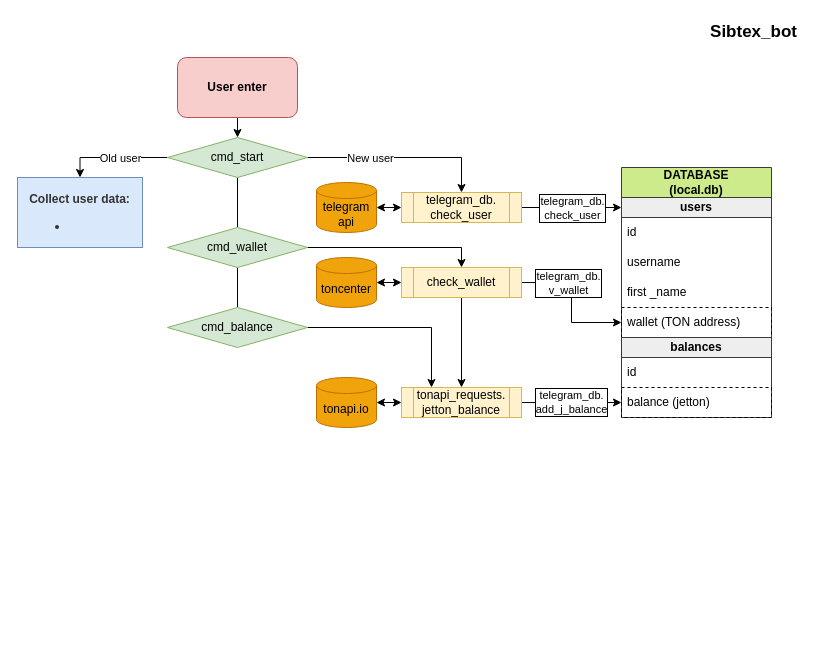
Before: sibtex_bot.drawio in traptor/Sibton, a draw.io diagram. Source tidied: cells renumbered, new cells numbered last; positions are measured from the earlier drawing's top-left corner, leaving out a move shared by most shapes. Both pictures are drawn from the tidied source at 100%, with x=0, y=0 at pixel (17, 17).
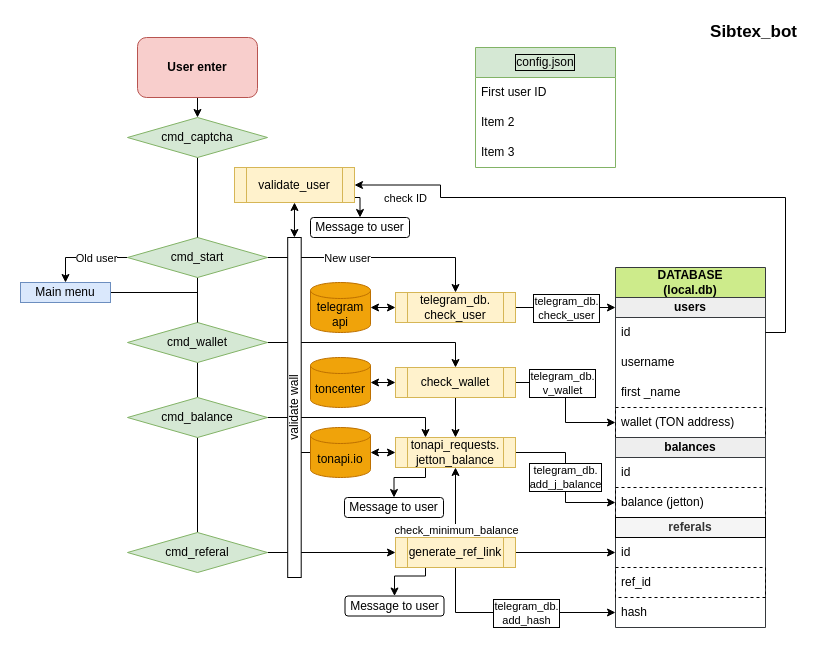
Above is the later version.

The change refers to these unchanged cells:
```xml
<mxCell id="14" value="id" style="text;strokeColor=none;fillColor=none;align=left;verticalAlign=middle;spacingLeft=4;spacingRight=4;overflow=hidden;points=[[0,0.5],[1,0.5]];portConstraint=eastwest;whiteSpace=wrap;html=1;fontColor=#000000;" parent="12" vertex="1">
  <mxGeometry y="50" width="150" height="30" as="geometry" />
</mxCell>
```

Diff of the diagram source:
```diff
@@
-    <mxCell id="2" style="edgeStyle=orthogonalEdgeStyle;rounded=0;jettySize=auto;html=1;exitX=0.5;exitY=1;exitDx=0;exitDy=0;entryX=0.5;entryY=0;entryDx=0;entryDy=0;" parent="1" edge="1" source="3" target="9">
+    <mxCell id="2" style="edgeStyle=orthogonalEdgeStyle;rounded=0;jettySize=auto;html=1;exitX=0.5;exitY=1;exitDx=0;exitDy=0;entryX=0.5;entryY=0;entryDx=0;entryDy=0;" parent="1" edge="1" source="3" target="62">
       <mxGeometry relative="1" as="geometry" />
     </mxCell>
     <mxCell id="3" value="&lt;b&gt;User enter&lt;/b&gt;" style="rounded=1;whiteSpace=wrap;html=1;fillColor=#f8cecc;strokeColor=#b85450;" parent="1" vertex="1">
-      <mxGeometry x="160" y="40" width="120" height="60" as="geometry" />
+      <mxGeometry x="120" y="20" width="120" height="60" as="geometry" />
     </mxCell>
-    <mxCell id="4" style="edgeStyle=orthogonalEdgeStyle;rounded=0;jettySize=auto;html=1;exitX=1;exitY=0.5;exitDx=0;exitDy=0;fontColor=#000000;entryX=0.5;entryY=0;entryDx=0;entryDy=0;endArrow=classic;endFill=1;" parent="1" edge="1" source="9" target="29">
-      <mxGeometry relative="1" as="geometry" />
+    <mxCell id="4" style="edgeStyle=orthogonalEdgeStyle;rounded=0;jettySize=auto;html=1;fontColor=#000000;entryX=0.5;entryY=0;entryDx=0;entryDy=0;endArrow=classic;endFill=1;exitX=1;exitY=0.5;exitDx=0;exitDy=0;" parent="1" edge="1" source="9" target="29">
+      <mxGeometry relative="1" as="geometry">
+        <Array as="points">
+          <mxPoint x="438" y="240" />
+        </Array>
+      </mxGeometry>
     </mxCell>
@@
-    <mxCell id="6" style="edgeStyle=orthogonalEdgeStyle;rounded=0;jettySize=auto;html=1;exitX=0;exitY=0.5;exitDx=0;exitDy=0;fontColor=#000000;entryX=0.5;entryY=0;entryDx=0;entryDy=0;" parent="1" edge="1" source="9" target="10">
+    <mxCell id="6" style="edgeStyle=orthogonalEdgeStyle;rounded=0;jettySize=auto;html=1;exitX=0;exitY=0.5;exitDx=0;exitDy=0;fontColor=#000000;entryX=0.5;entryY=0;entryDx=0;entryDy=0;" parent="1" edge="1" source="9" target="51">
       <mxGeometry relative="1" as="geometry" />
     </mxCell>
     <mxCell id="7" value="Old user" style="edgeLabel;html=1;align=center;verticalAlign=middle;fontColor=#000000;" parent="6" vertex="1">
       <mxGeometry x="0.03" y="3" relative="1" as="geometry">
-        <mxPoint x="7" y="-3" as="offset" />
+        <mxPoint x="13" y="-3" as="offset" />
       </mxGeometry>
     </mxCell>
@@
     <mxCell id="9" value="cmd_start" style="rhombus;whiteSpace=wrap;html=1;labelBackgroundColor=none;labelBorderColor=none;fillColor=#d5e8d4;strokeColor=#82b366;" parent="1" vertex="1">
-      <mxGeometry x="150" y="120" width="140" height="40" as="geometry" />
+      <mxGeometry x="110" y="220" width="140" height="40" as="geometry" />
     </mxCell>
-    <mxCell id="10" value="&lt;p style=&quot;border-color: var(--border-color); color: rgb(51, 51, 51);&quot;&gt;&lt;b style=&quot;border-color: var(--border-color);&quot;&gt;Collect user data:&lt;/b&gt;&lt;/p&gt;&lt;ul style=&quot;border-color: var(--border-color); color: rgb(51, 51, 51);&quot;&gt;&lt;li style=&quot;text-align: left; border-color: var(--border-color);&quot;&gt;&lt;br&gt;&lt;/li&gt;&lt;/ul&gt;&lt;p&gt;&lt;/p&gt;" style="rounded=0;whiteSpace=wrap;html=1;labelBackgroundColor=none;labelBorderColor=none;fillColor=#dae8fc;strokeColor=#6c8ebf;" parent="1" vertex="1">
-      <mxGeometry y="160" width="125" height="70" as="geometry" />
-    </mxCell>
@@
     <mxCell id="12" value="DATABASE&lt;br&gt;(local.db)" style="swimlane;fontStyle=1;horizontal=1;startSize=30;whiteSpace=wrap;html=1;fillColor=#cdeb8b;strokeColor=#36393d;" parent="1" vertex="1">
-      <mxGeometry x="604" y="150" width="150" height="250" as="geometry" />
+      <mxGeometry x="598" y="250" width="150" height="360" as="geometry" />
     </mxCell>
@@
+    <mxCell id="41" value="referals" style="text;strokeColor=#000000;fillColor=#f5f5f5;align=center;verticalAlign=middle;spacingLeft=4;spacingRight=4;overflow=hidden;whiteSpace=wrap;html=1;fontColor=#333333;fontStyle=1;gradientColor=none;" parent="12" vertex="1">
+      <mxGeometry y="250" width="150" height="20" as="geometry" />
+    </mxCell>
+    <mxCell id="42" value="id" style="text;strokeColor=none;fillColor=none;align=left;verticalAlign=middle;spacingLeft=4;spacingRight=4;overflow=hidden;points=[[0,0.5],[1,0.5]];portConstraint=eastwest;whiteSpace=wrap;html=1;fontColor=#000000;dashed=1;" parent="12" vertex="1">
+      <mxGeometry y="270" width="150" height="30" as="geometry" />
+    </mxCell>
+    <mxCell id="43" value="ref_id" style="text;strokeColor=default;fillColor=none;align=left;verticalAlign=middle;spacingLeft=4;spacingRight=4;overflow=hidden;whiteSpace=wrap;html=1;fontColor=#000000;dashed=1;" parent="12" vertex="1">
+      <mxGeometry y="300" width="150" height="30" as="geometry" />
+    </mxCell>
+    <mxCell id="44" value="hash" style="text;strokeColor=none;fillColor=none;align=left;verticalAlign=middle;spacingLeft=4;spacingRight=4;overflow=hidden;points=[[0,0.5],[1,0.5]];portConstraint=eastwest;whiteSpace=wrap;html=1;fontColor=#000000;dashed=1;" parent="12" vertex="1">
+      <mxGeometry y="330" width="150" height="30" as="geometry" />
+    </mxCell>
@@
+    <mxCell id="45" style="edgeStyle=orthogonalEdgeStyle;rounded=0;jettySize=auto;html=1;exitX=0.25;exitY=1;exitDx=0;exitDy=0;entryX=0.5;entryY=0;entryDx=0;entryDy=0;endArrow=classic;endFill=1;" parent="1" edge="1" source="23" target="59">
+      <mxGeometry relative="1" as="geometry">
+        <Array as="points">
+          <mxPoint x="408" y="460" />
+          <mxPoint x="377" y="460" />
+        </Array>
+      </mxGeometry>
+    </mxCell>
     <mxCell id="23" value="tonapi_requests.&lt;br&gt;jetton_balance" style="shape=process;whiteSpace=wrap;html=1;backgroundOutline=1;fillColor=#fff2cc;strokeColor=#d6b656;" parent="1" vertex="1">
-      <mxGeometry x="384" y="370" width="120" height="30" as="geometry" />
+      <mxGeometry x="378" y="420" width="120" height="30" as="geometry" />
     </mxCell>
+    <mxCell id="46" style="edgeStyle=orthogonalEdgeStyle;rounded=0;jettySize=auto;html=1;startArrow=none;startFill=0;endArrow=none;endFill=0;" parent="1" edge="1" source="24" target="72">
+      <mxGeometry relative="1" as="geometry" />
+    </mxCell>
     <mxCell id="24" value="tonapi.io" style="shape=cylinder3;whiteSpace=wrap;html=1;boundedLbl=1;backgroundOutline=1;size=8;fillColor=#f0a30a;fontColor=#000000;strokeColor=#BD7000;" parent="1" vertex="1">
-      <mxGeometry x="299" y="360" width="60" height="50" as="geometry" />
+      <mxGeometry x="293" y="410" width="60" height="50" as="geometry" />
     </mxCell>
@@
     <mxCell id="26" value="telegram api" style="shape=cylinder3;whiteSpace=wrap;html=1;boundedLbl=1;backgroundOutline=1;size=8;fillColor=#f0a30a;strokeColor=#BD7000;fontColor=#000000;" parent="1" vertex="1">
-      <mxGeometry x="299" y="165" width="60" height="50" as="geometry" />
+      <mxGeometry x="293" y="265" width="60" height="50" as="geometry" />
     </mxCell>
@@
     <mxCell id="29" value="telegram_db.&lt;br&gt;check_user" style="shape=process;whiteSpace=wrap;html=1;backgroundOutline=1;fillColor=#fff2cc;strokeColor=#d6b656;" parent="1" vertex="1">
-      <mxGeometry x="384" y="175" width="120" height="30" as="geometry" />
+      <mxGeometry x="378" y="275" width="120" height="30" as="geometry" />
     </mxCell>
@@
     <mxCell id="34" value="check_wallet" style="shape=process;whiteSpace=wrap;html=1;backgroundOutline=1;fillColor=#fff2cc;strokeColor=#d6b656;" parent="1" vertex="1">
-      <mxGeometry x="384" y="250" width="120" height="30" as="geometry" />
+      <mxGeometry x="378" y="350" width="120" height="30" as="geometry" />
     </mxCell>
     <mxCell id="35" value="toncenter" style="shape=cylinder3;whiteSpace=wrap;html=1;boundedLbl=1;backgroundOutline=1;size=8;fillColor=#f0a30a;strokeColor=#BD7000;fontColor=#000000;" parent="1" vertex="1">
-      <mxGeometry x="299" y="240" width="60" height="50" as="geometry" />
+      <mxGeometry x="293" y="340" width="60" height="50" as="geometry" />
     </mxCell>
@@
     <mxCell id="38" value="cmd_wallet" style="rhombus;whiteSpace=wrap;html=1;labelBackgroundColor=none;labelBorderColor=none;fillColor=#d5e8d4;strokeColor=#82b366;" parent="1" vertex="1">
-      <mxGeometry x="150" y="210" width="140" height="40" as="geometry" />
+      <mxGeometry x="110" y="305" width="140" height="40" as="geometry" />
     </mxCell>
@@
+    <mxCell id="47" style="edgeStyle=orthogonalEdgeStyle;rounded=0;jettySize=auto;html=1;exitX=0.5;exitY=1;exitDx=0;exitDy=0;endArrow=none;endFill=0;" parent="1" edge="1" source="40" target="49">
+      <mxGeometry relative="1" as="geometry" />
+    </mxCell>
     <mxCell id="40" value="cmd_balance" style="rhombus;whiteSpace=wrap;html=1;labelBackgroundColor=none;labelBorderColor=none;fillColor=#d5e8d4;strokeColor=#82b366;" parent="1" vertex="1">
-      <mxGeometry x="150" y="290" width="140" height="40" as="geometry" />
+      <mxGeometry x="110" y="380" width="140" height="40" as="geometry" />
     </mxCell>
+    <mxCell id="48" style="edgeStyle=orthogonalEdgeStyle;rounded=0;jettySize=auto;html=1;exitX=1;exitY=0.5;exitDx=0;exitDy=0;entryX=0;entryY=0.5;entryDx=0;entryDy=0;endArrow=classic;endFill=1;" parent="1" edge="1" source="49" target="58">
+      <mxGeometry relative="1" as="geometry" />
+    </mxCell>
+    <mxCell id="49" value="cmd_referal" style="rhombus;whiteSpace=wrap;html=1;labelBackgroundColor=none;labelBorderColor=none;fillColor=#d5e8d4;strokeColor=#82b366;" parent="1" vertex="1">
+      <mxGeometry x="110" y="515" width="140" height="40" as="geometry" />
+    </mxCell>
+    <mxCell id="50" style="edgeStyle=orthogonalEdgeStyle;rounded=0;jettySize=auto;html=1;exitX=1;exitY=0.5;exitDx=0;exitDy=0;endArrow=none;endFill=0;entryX=0.5;entryY=0;entryDx=0;entryDy=0;" parent="1" edge="1" source="51" target="38">
+      <mxGeometry relative="1" as="geometry" />
+    </mxCell>
+    <mxCell id="51" value="Main menu" style="rounded=0;whiteSpace=wrap;html=1;fillColor=#dae8fc;strokeColor=#6c8ebf;" parent="1" vertex="1">
+      <mxGeometry x="3" y="265" width="90" height="20" as="geometry" />
+    </mxCell>
+    <mxCell id="52" style="edgeStyle=orthogonalEdgeStyle;rounded=0;jettySize=auto;html=1;exitX=0.5;exitY=0;exitDx=0;exitDy=0;entryX=0.5;entryY=1;entryDx=0;entryDy=0;endArrow=classic;endFill=1;" parent="1" edge="1" source="58" target="23">
+      <mxGeometry relative="1" as="geometry" />
+    </mxCell>
+    <mxCell id="53" value="check_minimum_balance" style="edgeLabel;html=1;align=center;verticalAlign=middle;" parent="52" vertex="1">
+      <mxGeometry x="0.36" y="3" relative="1" as="geometry">
+        <mxPoint x="3" y="40" as="offset" />
+      </mxGeometry>
+    </mxCell>
+    <mxCell id="54" style="edgeStyle=orthogonalEdgeStyle;rounded=0;jettySize=auto;html=1;exitX=0.25;exitY=1;exitDx=0;exitDy=0;entryX=0.5;entryY=0;entryDx=0;entryDy=0;endArrow=classic;endFill=1;" parent="1" edge="1" source="58" target="60">
+      <mxGeometry relative="1" as="geometry">
+        <Array as="points">
+          <mxPoint x="408.5" y="558.5" />
+          <mxPoint x="377.5" y="558.5" />
+        </Array>
+      </mxGeometry>
+    </mxCell>
+    <mxCell id="55" style="edgeStyle=orthogonalEdgeStyle;rounded=0;jettySize=auto;html=1;exitX=0.5;exitY=1;exitDx=0;exitDy=0;entryX=0;entryY=0.5;entryDx=0;entryDy=0;endArrow=classic;endFill=1;" parent="1" edge="1" source="58" target="44">
+      <mxGeometry relative="1" as="geometry">
+        <Array as="points">
+          <mxPoint x="438" y="595" />
+        </Array>
+      </mxGeometry>
+    </mxCell>
+    <mxCell id="56" value="telegram_db.&lt;br style=&quot;border-color: var(--border-color);&quot;&gt;add_hash" style="edgeLabel;html=1;align=center;verticalAlign=middle;labelBorderColor=default;" parent="55" vertex="1">
+      <mxGeometry x="0.14" y="2" relative="1" as="geometry">
+        <mxPoint x="-2" y="2" as="offset" />
+      </mxGeometry>
+    </mxCell>
+    <mxCell id="57" style="edgeStyle=orthogonalEdgeStyle;rounded=0;jettySize=auto;html=1;exitX=1;exitY=0.5;exitDx=0;exitDy=0;entryX=0;entryY=0.5;entryDx=0;entryDy=0;endArrow=classic;endFill=1;" parent="1" edge="1" source="58" target="42">
+      <mxGeometry relative="1" as="geometry" />
+    </mxCell>
+    <mxCell id="58" value="generate_ref_link" style="shape=process;whiteSpace=wrap;html=1;backgroundOutline=1;fillColor=#fff2cc;strokeColor=#d6b656;" parent="1" vertex="1">
+      <mxGeometry x="378" y="520" width="120" height="30" as="geometry" />
+    </mxCell>
+    <mxCell id="59" value="Message to user" style="rounded=1;whiteSpace=wrap;html=1;strokeColor=#000000;gradientColor=none;" parent="1" vertex="1">
+      <mxGeometry x="327" y="480" width="99" height="20" as="geometry" />
+    </mxCell>
+    <mxCell id="60" value="Message to user" style="rounded=1;whiteSpace=wrap;html=1;strokeColor=#000000;gradientColor=none;" parent="1" vertex="1">
+      <mxGeometry x="327.5" y="578.5" width="99" height="20" as="geometry" />
+    </mxCell>
+    <mxCell id="61" style="edgeStyle=orthogonalEdgeStyle;rounded=0;jettySize=auto;html=1;exitX=0.5;exitY=1;exitDx=0;exitDy=0;entryX=0.5;entryY=0;entryDx=0;entryDy=0;endArrow=none;endFill=0;" parent="1" edge="1" source="62" target="9">
+      <mxGeometry relative="1" as="geometry" />
+    </mxCell>
+    <mxCell id="62" value="cmd_captcha" style="rhombus;whiteSpace=wrap;html=1;labelBackgroundColor=none;labelBorderColor=none;fillColor=#d5e8d4;strokeColor=#82b366;" parent="1" vertex="1">
+      <mxGeometry x="110" y="100" width="140" height="40" as="geometry" />
+    </mxCell>
+    <mxCell id="63" style="edgeStyle=orthogonalEdgeStyle;rounded=0;jettySize=auto;html=1;entryX=1;entryY=0.5;entryDx=0;entryDy=0;endArrow=none;endFill=0;startArrow=classic;startFill=1;exitX=1;exitY=0.5;exitDx=0;exitDy=0;" parent="1" edge="1" source="73" target="14">
+      <mxGeometry relative="1" as="geometry">
+        <Array as="points">
+          <mxPoint x="423" y="168" />
+          <mxPoint x="423" y="180" />
+          <mxPoint x="768" y="180" />
+          <mxPoint x="768" y="315" />
+        </Array>
+      </mxGeometry>
+    </mxCell>
+    <mxCell id="64" value="check ID" style="edgeLabel;html=1;align=center;verticalAlign=middle;" parent="63" vertex="1">
+      <mxGeometry x="-0.18" y="-2" relative="1" as="geometry">
+        <mxPoint x="-182" y="-2" as="offset" />
+      </mxGeometry>
+    </mxCell>
+    <mxCell id="65" style="edgeStyle=orthogonalEdgeStyle;rounded=0;jettySize=auto;html=1;exitX=0.5;exitY=1;exitDx=0;exitDy=0;entryX=0.5;entryY=0;entryDx=0;entryDy=0;startArrow=classic;startFill=1;endArrow=classic;endFill=1;" parent="1" edge="1" source="73" target="72">
+      <mxGeometry relative="1" as="geometry" />
+    </mxCell>
+    <mxCell id="66" style="edgeStyle=orthogonalEdgeStyle;rounded=0;jettySize=auto;html=1;exitX=1;exitY=1;exitDx=0;exitDy=0;entryX=0.5;entryY=0;entryDx=0;entryDy=0;startArrow=none;startFill=0;endArrow=classic;endFill=1;" parent="1" edge="1" target="71">
+      <mxGeometry relative="1" as="geometry">
+        <mxPoint x="312" y="180" as="sourcePoint" />
+      </mxGeometry>
+    </mxCell>
+    <mxCell id="67" value="config.json" style="swimlane;fontStyle=0;horizontal=1;startSize=30;whiteSpace=wrap;html=1;labelBorderColor=default;strokeColor=#82b366;fillColor=#d5e8d4;" parent="1" vertex="1">
+      <mxGeometry x="458" y="30" width="140" height="120" as="geometry" />
+    </mxCell>
+    <mxCell id="68" value="First user ID" style="text;strokeColor=none;fillColor=none;align=left;verticalAlign=middle;spacingLeft=4;spacingRight=4;overflow=hidden;whiteSpace=wrap;html=1;" parent="67" vertex="1">
+      <mxGeometry y="30" width="140" height="30" as="geometry" />
+    </mxCell>
+    <mxCell id="69" value="Item 2" style="text;strokeColor=none;fillColor=none;align=left;verticalAlign=middle;spacingLeft=4;spacingRight=4;overflow=hidden;whiteSpace=wrap;html=1;" parent="67" vertex="1">
+      <mxGeometry y="60" width="140" height="30" as="geometry" />
+    </mxCell>
+    <mxCell id="70" value="Item 3" style="text;strokeColor=none;fillColor=none;align=left;verticalAlign=middle;spacingLeft=4;spacingRight=4;overflow=hidden;whiteSpace=wrap;html=1;" parent="67" vertex="1">
+      <mxGeometry y="90" width="140" height="30" as="geometry" />
+    </mxCell>
+    <mxCell id="71" value="Message to user" style="rounded=1;whiteSpace=wrap;html=1;strokeColor=#000000;gradientColor=none;" parent="1" vertex="1">
+      <mxGeometry x="293" y="200" width="99" height="20" as="geometry" />
+    </mxCell>
+    <mxCell id="72" value="validate wall" style="rounded=0;whiteSpace=wrap;html=1;labelBorderColor=none;strokeColor=default;gradientColor=none;horizontal=0;" parent="1" vertex="1">
+      <mxGeometry x="270.2" y="220" width="13.5" height="340" as="geometry" />
+    </mxCell>
+    <mxCell id="73" value="validate_user" style="shape=process;whiteSpace=wrap;html=1;backgroundOutline=1;labelBorderColor=none;strokeColor=#d6b656;fillColor=#fff2cc;" parent="1" vertex="1">
+      <mxGeometry x="217" y="150" width="120" height="35" as="geometry" />
+    </mxCell>
```
